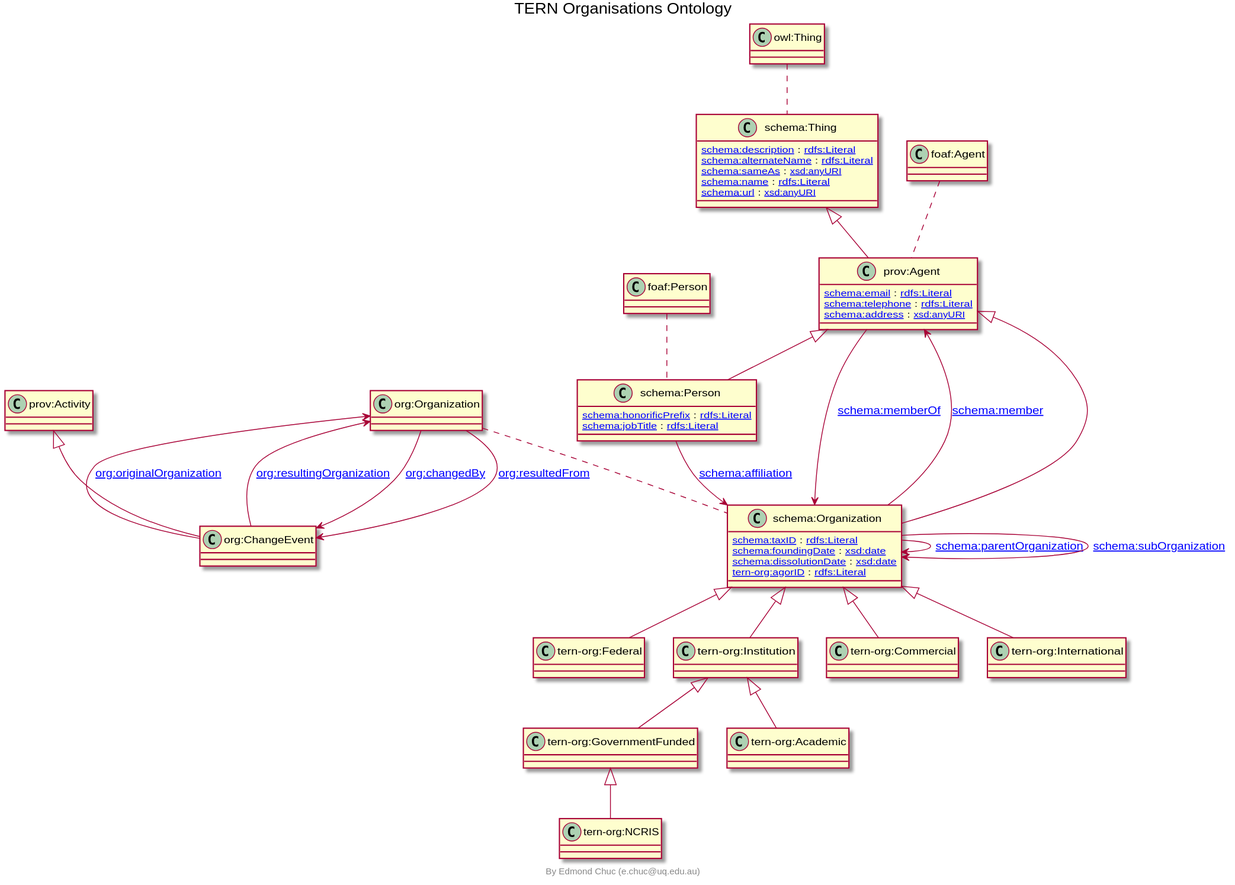
Earlier version of the PlantUML export docs/tern-org.ttl.svg (ternaustralia/ontology_tern-org).
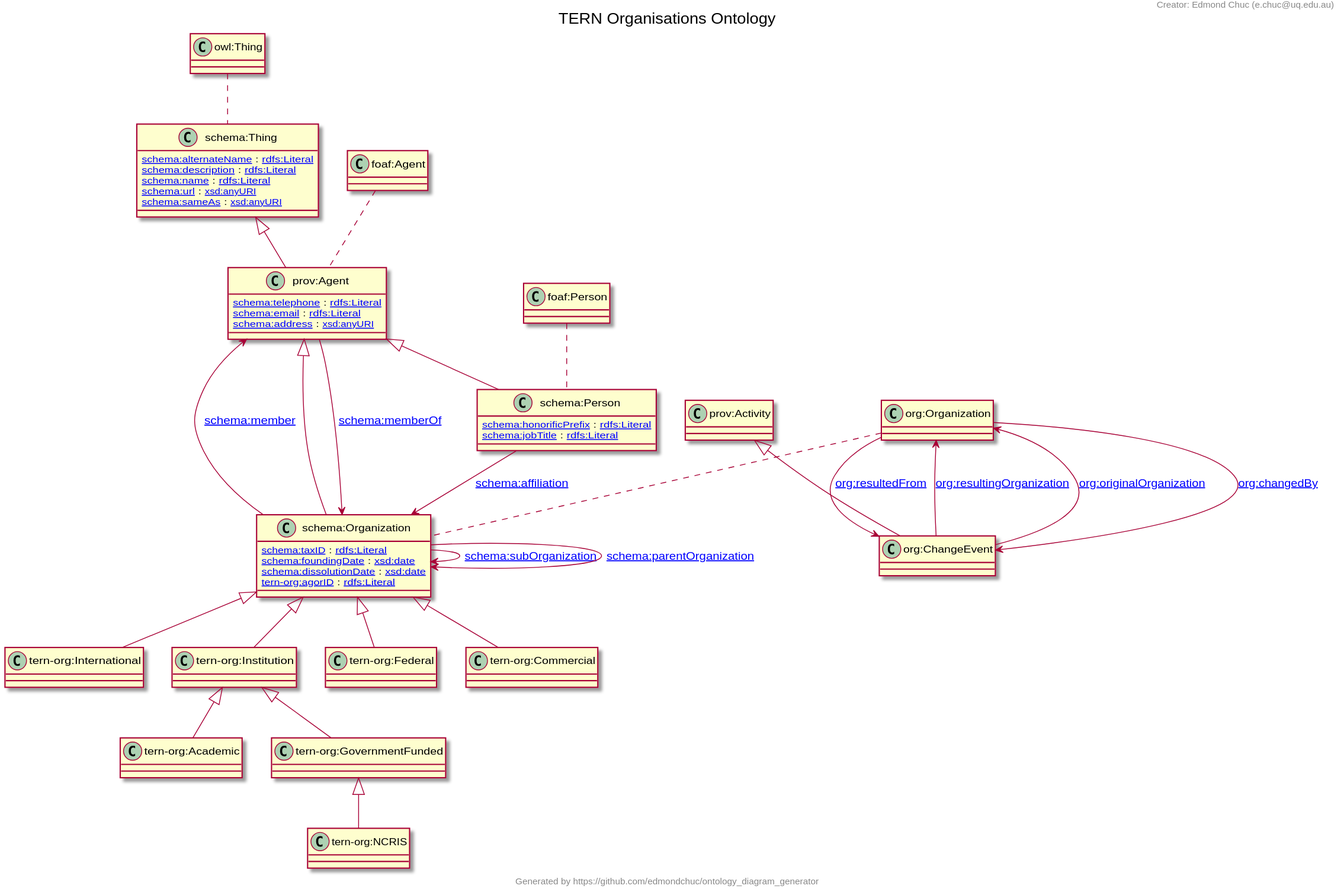
Above is the later version.

What changed in the source:
```diff
@@ -1,66 +1,69 @@
 @startuml
 title TERN Organisations Ontology
-"prov:Agent" <|-- "schema:Person"
-"schema:Organization" <|-- "tern-org:Federal"
+"prov:Agent" <|-- "schema:Organization"
+"schema:Organization" <|-- "tern-org:International"
+"tern-org:Institution" <|-- "tern-org:Academic"
+"tern-org:GovernmentFunded" <|-- "tern-org:NCRIS"
+"prov:Activity" <|-- "org:ChangeEvent"
 "tern-org:Institution" <|-- "tern-org:GovernmentFunded"
 "schema:Organization" <|-- "tern-org:Institution"
-"prov:Agent" <|-- "schema:Organization"
 "schema:Thing" <|-- "prov:Agent"
-"tern-org:Institution" <|-- "tern-org:Academic"
-"prov:Activity" <|-- "org:ChangeEvent"
-"tern-org:GovernmentFunded" <|-- "tern-org:NCRIS"
+"schema:Organization" <|-- "tern-org:Federal"
 "schema:Organization" <|-- "tern-org:Commercial"
-"schema:Organization" <|-- "tern-org:International"
-Class "schema:Person" [[http://schema.org/Person]] {
-[[http://schema.org/honorificPrefix schema:honorificPrefix]] : [[http://www.w3.org/2000/01/rdf-schema#Literal rdfs:Literal]]
-[[http://schema.org/jobTitle schema:jobTitle]] : [[http://www.w3.org/2000/01/rdf-schema#Literal rdfs:Literal]]
-}
-Class "tern-org:Federal" [[https://w3id.org/tern/ontologies/org/Federal]] {
-}
-Class "schema:Thing" [[http://schema.org/Thing]] {
-[[http://schema.org/description schema:description]] : [[http://www.w3.org/2000/01/rdf-schema#Literal rdfs:Literal]]
-[[http://schema.org/alternateName schema:alternateName]] : [[http://www.w3.org/2000/01/rdf-schema#Literal rdfs:Literal]]
-[[http://schema.org/sameAs schema:sameAs]] : [[http://www.w3.org/2001/XMLSchema#anyURI xsd:anyURI]]
-[[http://schema.org/name schema:name]] : [[http://www.w3.org/2000/01/rdf-schema#Literal rdfs:Literal]]
-[[http://schema.org/url schema:url]] : [[http://www.w3.org/2001/XMLSchema#anyURI xsd:anyURI]]
-}
-Class "tern-org:GovernmentFunded" [[https://w3id.org/tern/ontologies/org/GovernmentFunded]] {
-}
-Class "tern-org:Institution" [[https://w3id.org/tern/ontologies/org/Institution]] {
-}
+"prov:Agent" <|-- "schema:Person"
 Class "schema:Organization" [[http://schema.org/Organization]] {
 [[http://schema.org/taxID schema:taxID]] : [[http://www.w3.org/2000/01/rdf-schema#Literal rdfs:Literal]]
 [[http://schema.org/foundingDate schema:foundingDate]] : [[http://www.w3.org/2001/XMLSchema#date xsd:date]]
 [[http://schema.org/dissolutionDate schema:dissolutionDate]] : [[http://www.w3.org/2001/XMLSchema#date xsd:date]]
 [[https://w3id.org/tern/ontologies/org/agorID tern-org:agorID]] : [[http://www.w3.org/2000/01/rdf-schema#Literal rdfs:Literal]]
 }
-Class "prov:Agent" [[http://www.w3.org/ns/prov#Agent]] {
-[[http://schema.org/email schema:email]] : [[http://www.w3.org/2000/01/rdf-schema#Literal rdfs:Literal]]
-[[http://schema.org/telephone schema:telephone]] : [[http://www.w3.org/2000/01/rdf-schema#Literal rdfs:Literal]]
-[[http://schema.org/address schema:address]] : [[http://www.w3.org/2001/XMLSchema#anyURI xsd:anyURI]]
+Class "tern-org:International" [[https://w3id.org/tern/ontologies/org/International]] {
 }
 Class "tern-org:Academic" [[https://w3id.org/tern/ontologies/org/Academic]] {
 }
+Class "tern-org:NCRIS" [[https://w3id.org/tern/ontologies/org/NCRIS]] {
+}
 Class "org:ChangeEvent" [[http://www.w3.org/ns/org#ChangeEvent]] {
 }
-Class "tern-org:NCRIS" [[https://w3id.org/tern/ontologies/org/NCRIS]] {
+Class "tern-org:GovernmentFunded" [[https://w3id.org/tern/ontologies/org/GovernmentFunded]] {
+}
+Class "tern-org:Institution" [[https://w3id.org/tern/ontologies/org/Institution]] {
+}
+Class "prov:Agent" [[http://www.w3.org/ns/prov#Agent]] {
+[[http://schema.org/telephone schema:telephone]] : [[http://www.w3.org/2000/01/rdf-schema#Literal rdfs:Literal]]
+[[http://schema.org/email schema:email]] : [[http://www.w3.org/2000/01/rdf-schema#Literal rdfs:Literal]]
+[[http://schema.org/address schema:address]] : [[http://www.w3.org/2001/XMLSchema#anyURI xsd:anyURI]]
+}
+Class "tern-org:Federal" [[https://w3id.org/tern/ontologies/org/Federal]] {
+}
+Class "schema:Thing" [[http://schema.org/Thing]] {
+[[http://schema.org/alternateName schema:alternateName]] : [[http://www.w3.org/2000/01/rdf-schema#Literal rdfs:Literal]]
+[[http://schema.org/description schema:description]] : [[http://www.w3.org/2000/01/rdf-schema#Literal rdfs:Literal]]
+[[http://schema.org/name schema:name]] : [[http://www.w3.org/2000/01/rdf-schema#Literal rdfs:Literal]]
+[[http://schema.org/url schema:url]] : [[http://www.w3.org/2001/XMLSchema#anyURI xsd:anyURI]]
+[[http://schema.org/sameAs schema:sameAs]] : [[http://www.w3.org/2001/XMLSchema#anyURI xsd:anyURI]]
 }
 Class "tern-org:Commercial" [[https://w3id.org/tern/ontologies/org/Commercial]] {
 }
-Class "tern-org:International" [[https://w3id.org/tern/ontologies/org/International]] {
+Class "schema:Person" [[http://schema.org/Person]] {
+[[http://schema.org/honorificPrefix schema:honorificPrefix]] : [[http://www.w3.org/2000/01/rdf-schema#Literal rdfs:Literal]]
+[[http://schema.org/jobTitle schema:jobTitle]] : [[http://www.w3.org/2000/01/rdf-schema#Literal rdfs:Literal]]
 }
+"org:ChangeEvent" --> "org:Organization" : "[[http://www.w3.org/ns/org#resultingOrganization org:resultingOrganization]]"
+"schema:Person" --> "schema:Organization" : "[[http://schema.org/affiliation schema:affiliation]]"
+"schema:Organization" --> "schema:Organization" : "[[http://schema.org/subOrganization schema:subOrganization]]"
+"org:Organization" --> "org:ChangeEvent" : "[[http://www.w3.org/ns/org#changedBy org:changedBy]]"
+"org:Organization" --> "org:ChangeEvent" : "[[http://www.w3.org/ns/org#resultedFrom org:resultedFrom]]"
+"schema:Organization" --> "schema:Organization" : "[[http://schema.org/parentOrganization schema:parentOrganization]]"
 "org:ChangeEvent" --> "org:Organization" : "[[http://www.w3.org/ns/org#originalOrganization org:originalOrganization]]"
-"schema:Organization" --> "schema:Organization" : "[[http://schema.org/parentOrganization schema:parentOrganization]]"
-"schema:Organization" --> "schema:Organization" : "[[http://schema.org/subOrganization schema:subOrganization]]"
 "prov:Agent" --> "schema:Organization" : "[[http://schema.org/memberOf schema:memberOf]]"
 "schema:Organization" --> "prov:Agent" : "[[http://schema.org/member schema:member]]"
-"org:ChangeEvent" --> "org:Organization" : "[[http://www.w3.org/ns/org#resultingOrganization org:resultingOrganization]]"
-"org:Organization" --> "org:ChangeEvent" : "[[http://www.w3.org/ns/org#changedBy org:changedBy]]"
-"schema:Person" --> "schema:Organization" : "[[http://schema.org/affiliation schema:affiliation]]"
-"org:Organization" --> "org:ChangeEvent" : "[[http://www.w3.org/ns/org#resultedFrom org:resultedFrom]]"
-"foaf:Person" .. "schema:Person"
-"owl:Thing" .. "schema:Thing"
 "org:Organization" .. "schema:Organization"
 "foaf:Agent" .. "prov:Agent"
-center footer By Edmond Chuc (e.chuc@uq.edu.au)
+"owl:Thing" .. "schema:Thing"
+"foaf:Person" .. "schema:Person"
+header
+Creator: Edmond Chuc (e.chuc@uq.edu.au)
+endheader
+center footer Generated by https://github.com/edmondchuc/ontology_diagram_generator
 @enduml
```
